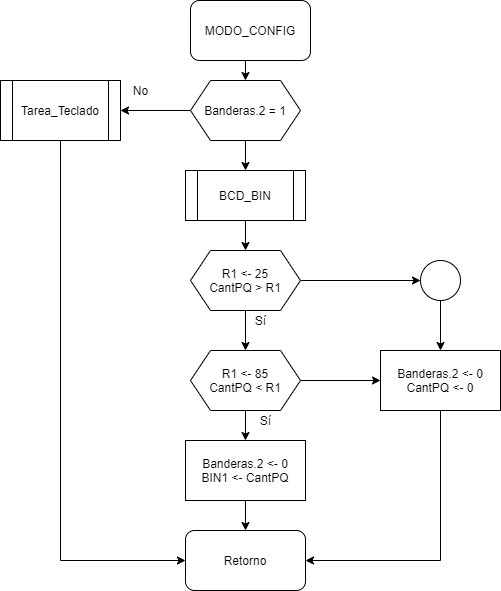
Earlier version of the draw.io export Tarea 5/MODO_CONFIG.png (robz25/Microprocesadores). Source tidied: cells renumbered, new cells last; positions are measured from the earlier drawing's top-left corner, leaving out a move shared by most shapes.
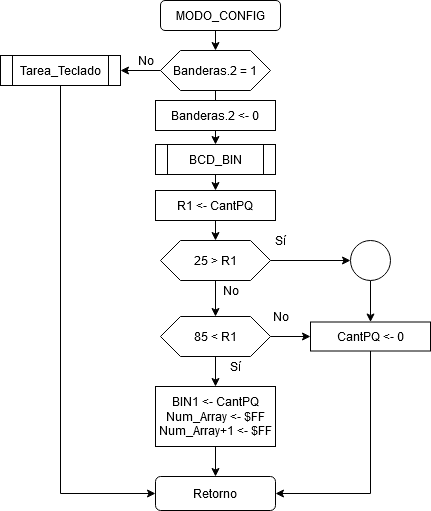
Above is the later version.

The edit, as a diff of the source:
```diff
@@ -6,7 +6,7 @@
       <mxGeometry relative="1" as="geometry" />
     </mxCell>
     <mxCell id="3" value="MODO_CONFIG" style="rounded=1;whiteSpace=wrap;html=1;" parent="1" vertex="1">
-      <mxGeometry x="190" width="120" height="60" as="geometry" />
+      <mxGeometry x="190" y="30" width="120" height="30" as="geometry" />
     </mxCell>
     <mxCell id="4" style="edgeStyle=orthogonalEdgeStyle;rounded=0;jettySize=auto;html=1;exitX=0.5;exitY=1;exitDx=0;exitDy=0;entryX=0.5;entryY=0;entryDx=0;entryDy=0;" parent="1" edge="1" source="6" target="10">
       <mxGeometry relative="1" as="geometry" />
@@ -15,19 +15,19 @@
       <mxGeometry relative="1" as="geometry" />
     </mxCell>
     <mxCell id="6" value="Banderas.2 = 1" style="shape=hexagon;perimeter=hexagonPerimeter2;whiteSpace=wrap;html=1;fixedSize=1;" parent="1" vertex="1">
-      <mxGeometry x="190" y="80" width="110" height="60" as="geometry" />
+      <mxGeometry x="190" y="80" width="110" height="40" as="geometry" />
     </mxCell>
     <mxCell id="7" style="edgeStyle=orthogonalEdgeStyle;rounded=0;jettySize=auto;html=1;exitX=0.5;exitY=1;exitDx=0;exitDy=0;entryX=0;entryY=0.5;entryDx=0;entryDy=0;" parent="1" edge="1" source="8" target="21">
       <mxGeometry relative="1" as="geometry" />
     </mxCell>
     <mxCell id="8" value="Tarea_Teclado" style="shape=process;whiteSpace=wrap;html=1;backgroundOutline=1;" parent="1" vertex="1">
-      <mxGeometry y="80" width="120" height="60" as="geometry" />
+      <mxGeometry x="30" y="85" width="120" height="30" as="geometry" />
     </mxCell>
-    <mxCell id="9" style="edgeStyle=orthogonalEdgeStyle;rounded=0;jettySize=auto;html=1;exitX=0.5;exitY=1;exitDx=0;exitDy=0;entryX=0.5;entryY=0;entryDx=0;entryDy=0;" parent="1" edge="1" source="10" target="13">
+    <mxCell id="9" style="edgeStyle=orthogonalEdgeStyle;rounded=0;jettySize=auto;html=1;exitX=0.5;exitY=1;exitDx=0;exitDy=0;entryX=0.5;entryY=0;entryDx=0;entryDy=0;" parent="1" edge="1" source="28" target="13">
       <mxGeometry relative="1" as="geometry" />
     </mxCell>
     <mxCell id="10" value="BCD_BIN" style="shape=process;whiteSpace=wrap;html=1;backgroundOutline=1;" parent="1" vertex="1">
-      <mxGeometry x="185" y="170" width="120" height="50" as="geometry" />
+      <mxGeometry x="185" y="174" width="120" height="30" as="geometry" />
     </mxCell>
     <mxCell id="11" style="edgeStyle=orthogonalEdgeStyle;rounded=0;jettySize=auto;html=1;exitX=0.5;exitY=1;exitDx=0;exitDy=0;entryX=0.5;entryY=0;entryDx=0;entryDy=0;" parent="1" edge="1" source="13" target="16">
       <mxGeometry relative="1" as="geometry" />
@@ -35,8 +35,8 @@
     <mxCell id="12" style="edgeStyle=orthogonalEdgeStyle;rounded=0;jettySize=auto;html=1;exitX=1;exitY=0.5;exitDx=0;exitDy=0;entryX=0;entryY=0.5;entryDx=0;entryDy=0;" parent="1" edge="1" source="13" target="25">
       <mxGeometry relative="1" as="geometry" />
     </mxCell>
-    <mxCell id="13" value="R1 &amp;lt;- 25&lt;br&gt;CantPQ &amp;gt; R1" style="shape=hexagon;perimeter=hexagonPerimeter2;whiteSpace=wrap;html=1;fixedSize=1;" parent="1" vertex="1">
-      <mxGeometry x="190" y="250" width="110" height="60" as="geometry" />
+    <mxCell id="13" value="25 &amp;gt; R1" style="shape=hexagon;perimeter=hexagonPerimeter2;whiteSpace=wrap;html=1;fixedSize=1;" parent="1" vertex="1">
+      <mxGeometry x="190" y="270" width="110" height="40" as="geometry" />
     </mxCell>
     <mxCell id="14" style="edgeStyle=orthogonalEdgeStyle;rounded=0;jettySize=auto;html=1;exitX=0.5;exitY=1;exitDx=0;exitDy=0;entryX=0.5;entryY=0;entryDx=0;entryDy=0;" parent="1" edge="1" source="16" target="19">
       <mxGeometry relative="1" as="geometry" />
@@ -44,38 +44,53 @@
     <mxCell id="15" style="edgeStyle=orthogonalEdgeStyle;rounded=0;jettySize=auto;html=1;exitX=1;exitY=0.5;exitDx=0;exitDy=0;entryX=0;entryY=0.5;entryDx=0;entryDy=0;" parent="1" edge="1" source="16" target="23">
       <mxGeometry relative="1" as="geometry" />
     </mxCell>
-    <mxCell id="16" value="R1 &amp;lt;- 85&lt;br&gt;CantPQ &amp;lt; R1" style="shape=hexagon;perimeter=hexagonPerimeter2;whiteSpace=wrap;html=1;fixedSize=1;" parent="1" vertex="1">
-      <mxGeometry x="190" y="350" width="110" height="60" as="geometry" />
+    <mxCell id="16" value="85 &amp;lt; R1" style="shape=hexagon;perimeter=hexagonPerimeter2;whiteSpace=wrap;html=1;fixedSize=1;" parent="1" vertex="1">
+      <mxGeometry x="190" y="346" width="110" height="40" as="geometry" />
     </mxCell>
-    <mxCell id="17" value="Sí" style="text;html=1;align=center;verticalAlign=middle;" parent="1" vertex="1">
+    <mxCell id="17" value="No" style="text;html=1;align=center;verticalAlign=middle;" parent="1" vertex="1">
       <mxGeometry x="245" y="310" width="30" height="20" as="geometry" />
     </mxCell>
     <mxCell id="18" style="edgeStyle=orthogonalEdgeStyle;rounded=0;jettySize=auto;html=1;exitX=0.5;exitY=1;exitDx=0;exitDy=0;entryX=0.5;entryY=0;entryDx=0;entryDy=0;" parent="1" edge="1" source="19" target="21">
       <mxGeometry relative="1" as="geometry" />
     </mxCell>
-    <mxCell id="19" value="Banderas.2 &amp;lt;- 0&lt;br&gt;BIN1 &amp;lt;- CantPQ" style="rounded=0;whiteSpace=wrap;html=1;" parent="1" vertex="1">
-      <mxGeometry x="185" y="440" width="120" height="60" as="geometry" />
+    <mxCell id="19" value="&lt;div&gt;BIN1 &amp;lt;- CantPQ&lt;/div&gt;&lt;div&gt;Num_Array &amp;lt;- $FF&lt;/div&gt;&lt;div&gt;Num_Array+1 &amp;lt;- $FF&lt;/div&gt;" style="rounded=0;whiteSpace=wrap;html=1;" parent="1" vertex="1">
+      <mxGeometry x="185" y="416" width="120" height="60" as="geometry" />
     </mxCell>
     <mxCell id="20" value="Sí" style="text;html=1;align=center;verticalAlign=middle;" parent="1" vertex="1">
-      <mxGeometry x="250" y="410" width="30" height="20" as="geometry" />
+      <mxGeometry x="250" y="386" width="30" height="20" as="geometry" />
     </mxCell>
     <mxCell id="21" value="Retorno" style="rounded=1;whiteSpace=wrap;html=1;" parent="1" vertex="1">
-      <mxGeometry x="185" y="530" width="120" height="60" as="geometry" />
+      <mxGeometry x="185" y="506" width="120" height="34" as="geometry" />
     </mxCell>
     <mxCell id="22" style="edgeStyle=orthogonalEdgeStyle;rounded=0;jettySize=auto;html=1;exitX=0.5;exitY=1;exitDx=0;exitDy=0;entryX=1;entryY=0.5;entryDx=0;entryDy=0;" parent="1" edge="1" source="23" target="21">
       <mxGeometry relative="1" as="geometry" />
     </mxCell>
-    <mxCell id="23" value="Banderas.2 &amp;lt;- 0&lt;br&gt;CantPQ &amp;lt;- 0" style="rounded=0;whiteSpace=wrap;html=1;" parent="1" vertex="1">
-      <mxGeometry x="380" y="350" width="120" height="60" as="geometry" />
+    <mxCell id="23" value="CantPQ &amp;lt;- 0" style="rounded=0;whiteSpace=wrap;html=1;" parent="1" vertex="1">
+      <mxGeometry x="340" y="351.5" width="120" height="29" as="geometry" />
     </mxCell>
     <mxCell id="24" style="edgeStyle=orthogonalEdgeStyle;rounded=0;jettySize=auto;html=1;exitX=0.5;exitY=1;exitDx=0;exitDy=0;entryX=0.5;entryY=0;entryDx=0;entryDy=0;" parent="1" edge="1" source="25" target="23">
       <mxGeometry relative="1" as="geometry" />
     </mxCell>
     <mxCell id="25" style="ellipse;whiteSpace=wrap;html=1;" parent="1" vertex="1">
-      <mxGeometry x="420" y="260" width="40" height="40" as="geometry" />
+      <mxGeometry x="380" y="270" width="40" height="40" as="geometry" />
     </mxCell>
     <mxCell id="26" value="No" style="text;html=1;align=center;verticalAlign=middle;" parent="1" vertex="1">
-      <mxGeometry x="125" y="80" width="30" height="20" as="geometry" />
+      <mxGeometry x="160" y="80" width="30" height="20" as="geometry" />
     </mxCell>
+    <mxCell id="27" value="Banderas.2 &amp;lt;- 0" style="rounded=0;whiteSpace=wrap;html=1;" parent="1" vertex="1">
+      <mxGeometry x="185" y="130" width="120" height="30" as="geometry" />
+    </mxCell>
+    <mxCell id="28" value="&lt;div&gt;R1 &amp;lt;- CantPQ&lt;/div&gt;" style="rounded=0;whiteSpace=wrap;html=1;" parent="1" vertex="1">
+      <mxGeometry x="185" y="220" width="120" height="30" as="geometry" />
+    </mxCell>
+    <mxCell id="29" style="edgeStyle=orthogonalEdgeStyle;rounded=0;jettySize=auto;html=1;exitX=0.5;exitY=1;exitDx=0;exitDy=0;entryX=0.5;entryY=0;entryDx=0;entryDy=0;" parent="1" edge="1" source="10" target="28">
+      <mxGeometry relative="1" as="geometry" />
+    </mxCell>
+    <mxCell id="30" value="Sí" style="text;html=1;align=center;verticalAlign=middle;" parent="1" vertex="1">
+      <mxGeometry x="295" y="260" width="30" height="20" as="geometry" />
+    </mxCell>
+    <mxCell id="31" value="No" style="text;html=1;align=center;verticalAlign=middle;" parent="1" vertex="1">
+      <mxGeometry x="295" y="336" width="30" height="20" as="geometry" />
+    </mxCell>
   </root>
 </mxGraphModel>
```
